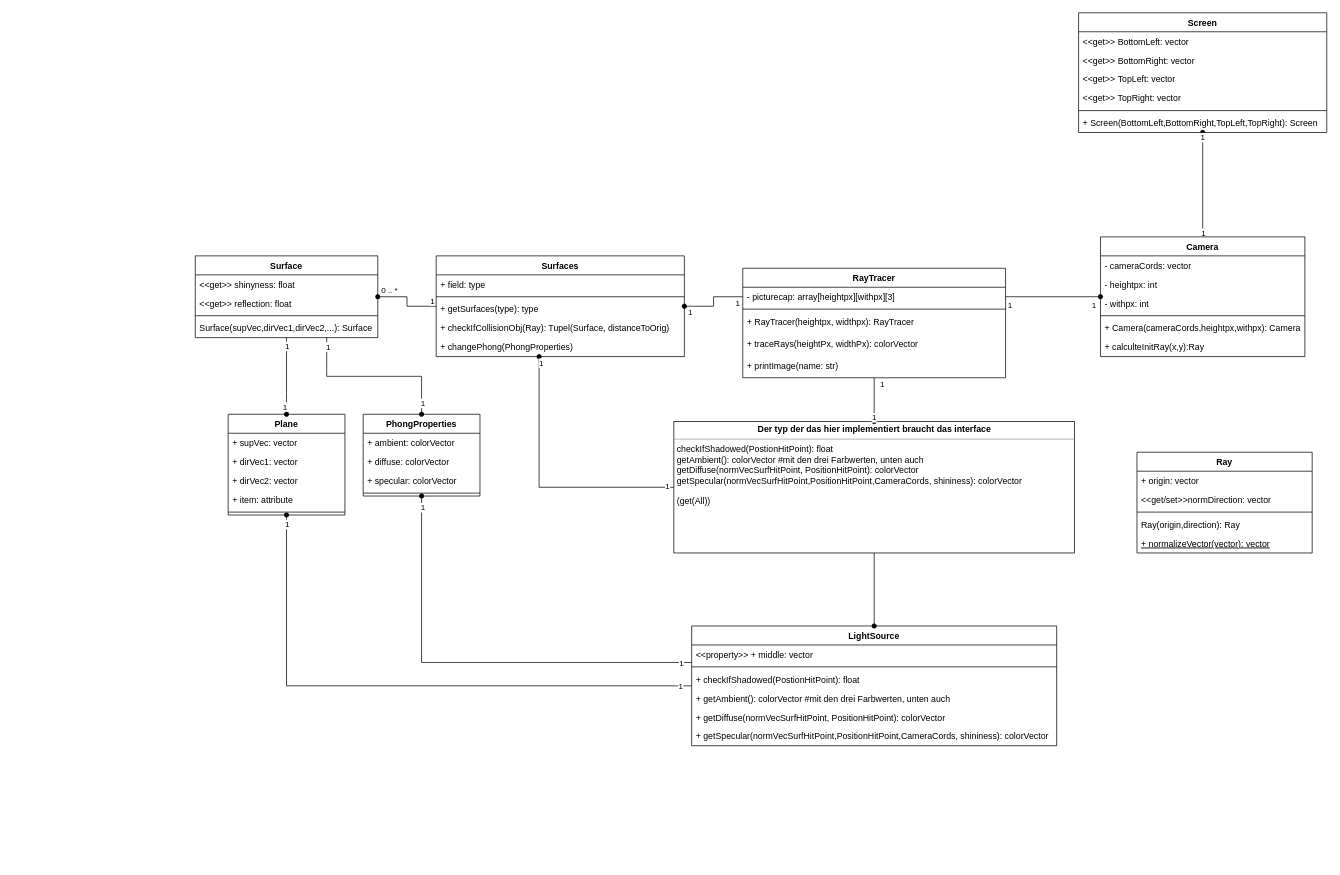
Before: rayclasses.drawio in FreshMax9000/RayTrace, a draw.io diagram. Source tidied: cells renumbered, new cells numbered last; positions are measured from the earlier drawing's top-left corner, leaving out a move shared by most shapes. Both pictures are drawn from the tidied source at 73%, with x=0, y=0 at pixel (195, 12).
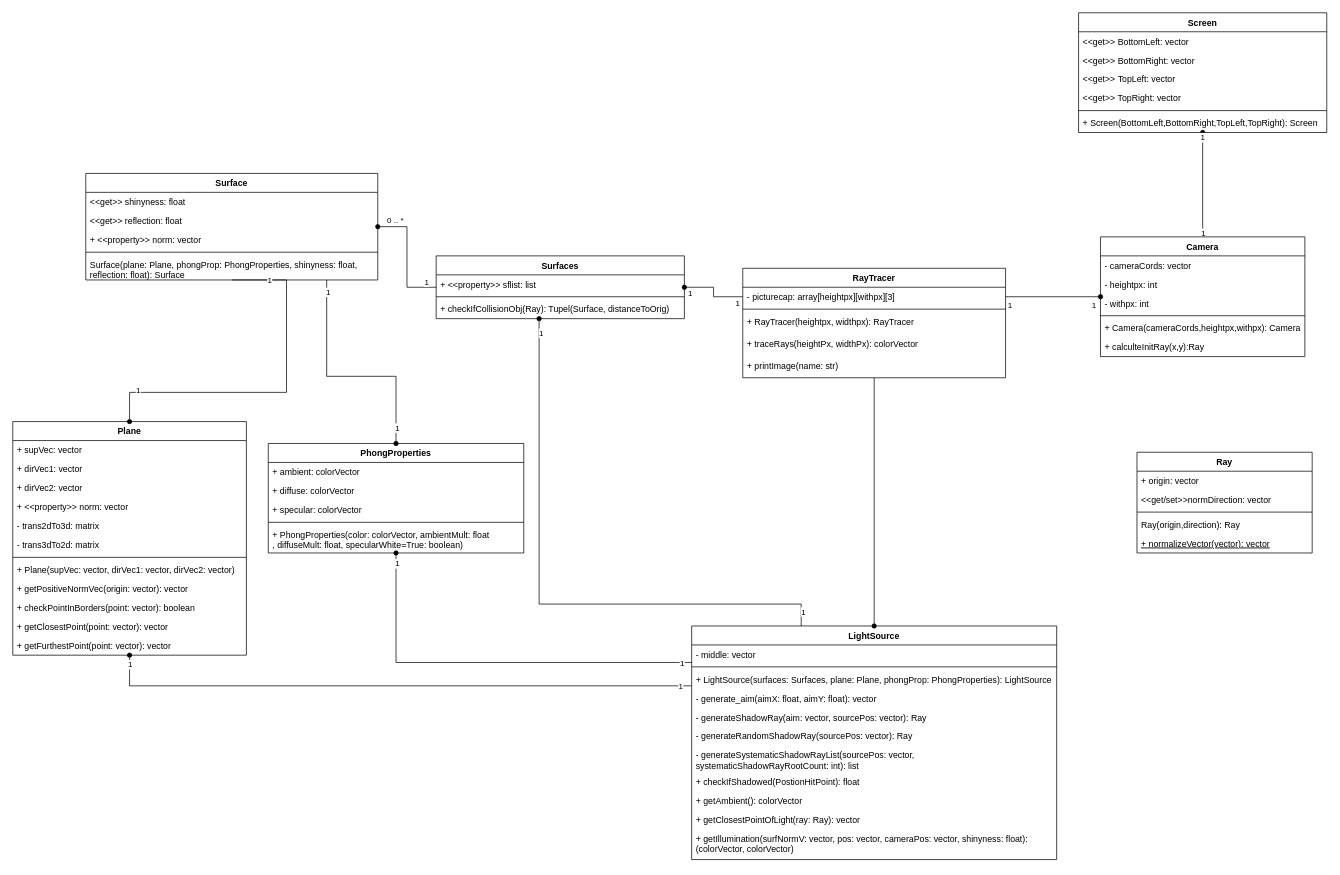
Above is the later version.

Commit message:
Started updating class diagram

Unchanged cells that the change refers to:
```xml
<mxCell id="23" value="RayTracer" style="swimlane;fontStyle=1;align=center;verticalAlign=top;horizontal=1;startSize=26;" parent="1" vertex="1">
  <mxGeometry x="750" y="350" width="360" height="150" as="geometry" />
</mxCell>
```

What changed in the source:
```diff
@@
     <mxCell id="5" value="Surface" style="swimlane;fontStyle=1;align=center;verticalAlign=top;horizontal=1;startSize=26;" parent="1" vertex="1">
-      <mxGeometry y="333" width="250" height="112" as="geometry" />
+      <mxGeometry x="-150" y="220" width="400" height="146" as="geometry" />
     </mxCell>
     <mxCell id="6" value="&lt;&lt;get&gt;&gt; shinyness: float" style="text;strokeColor=none;fillColor=none;align=left;verticalAlign=top;spacingLeft=4;spacingRight=4;overflow=hidden;" parent="5" vertex="1">
-      <mxGeometry y="26" width="250" height="26" as="geometry" />
+      <mxGeometry y="26" width="400" height="26" as="geometry" />
     </mxCell>
     <mxCell id="7" value="&lt;&lt;get&gt;&gt; reflection: float" style="text;strokeColor=none;fillColor=none;align=left;verticalAlign=top;spacingLeft=4;spacingRight=4;overflow=hidden;" parent="5" vertex="1">
-      <mxGeometry y="52" width="250" height="26" as="geometry" />
+      <mxGeometry y="52" width="400" height="26" as="geometry" />
     </mxCell>
+    <mxCell id="89" value="+ &lt;&lt;property&gt;&gt; norm: vector" style="text;strokeColor=none;fillColor=none;align=left;verticalAlign=top;spacingLeft=4;spacingRight=4;overflow=hidden;" parent="5" vertex="1">
+      <mxGeometry y="78" width="400" height="26" as="geometry" />
+    </mxCell>
     <mxCell id="8" style="line;strokeWidth=1;fillColor=none;align=left;verticalAlign=middle;spacingTop=-1;spacingLeft=3;spacingRight=3;labelPosition=right;" parent="5" vertex="1">
-      <mxGeometry y="78" width="250" height="8" as="geometry" />
+      <mxGeometry y="104" width="400" height="8" as="geometry" />
     </mxCell>
-    <mxCell id="9" value="Surface(supVec,dirVec1,dirVec2,...): Surface" style="text;strokeColor=none;fillColor=none;align=left;verticalAlign=top;spacingLeft=4;spacingRight=4;overflow=hidden;" parent="5" vertex="1">
-      <mxGeometry y="86" width="250" height="26" as="geometry" />
+    <mxCell id="9" value="Surface(plane: Plane, phongProp: PhongProperties, shinyness: float, &#10;reflection: float): Surface" style="text;strokeColor=none;fillColor=none;align=left;verticalAlign=top;spacingLeft=4;spacingRight=4;overflow=hidden;" parent="5" vertex="1">
+      <mxGeometry y="112" width="400" height="34" as="geometry" />
     </mxCell>
@@
-    <mxCell id="39" value="&lt;p style=&quot;margin: 0px ; margin-top: 4px ; text-align: center&quot;&gt;&lt;b&gt;Der typ der das hier implementiert braucht das interface&lt;/b&gt;&lt;/p&gt;&lt;hr size=&quot;1&quot;&gt;&lt;p style=&quot;margin: 0px ; margin-left: 4px&quot;&gt;checkIfShadowed(PostionHitPoint): float&lt;br&gt;&lt;/p&gt;&lt;p style=&quot;margin: 0px ; margin-left: 4px&quot;&gt;getAmbient(): colorVector #mit den drei Farbwerten, unten auch&lt;/p&gt;&lt;p style=&quot;margin: 0px ; margin-left: 4px&quot;&gt;getDiffuse(normVecSurfHitPoint, PositionHitPoint): colorVector&lt;/p&gt;&lt;p style=&quot;margin: 0px ; margin-left: 4px&quot;&gt;getSpecular(normVecSurfHitPoint,PositionHitPoint,CameraCords, shininess): colorVector&lt;/p&gt;&lt;p style=&quot;margin: 0px ; margin-left: 4px&quot;&gt;&lt;br&gt;&lt;/p&gt;&lt;p style=&quot;margin: 0px ; margin-left: 4px&quot;&gt;(get(All))&lt;br&gt;&lt;/p&gt;" style="verticalAlign=top;align=left;overflow=fill;fontSize=12;fontFamily=Helvetica;html=1;" parent="1" vertex="1">
-      <mxGeometry x="655.6" y="560" width="548.8" height="180" as="geometry" />
-    </mxCell>
     <mxCell id="40" value="Surfaces" style="swimlane;fontStyle=1;align=center;verticalAlign=top;horizontal=1;startSize=26;" parent="1" vertex="1">
-      <mxGeometry x="330" y="333" width="340" height="138" as="geometry" />
+      <mxGeometry x="330" y="333" width="340" height="86" as="geometry" />
     </mxCell>
-    <mxCell id="41" value="+ field: type" style="text;strokeColor=none;fillColor=none;align=left;verticalAlign=top;spacingLeft=4;spacingRight=4;overflow=hidden;" parent="40" vertex="1">
+    <mxCell id="41" value="+ &lt;&lt;property&gt;&gt; sflist: list" style="text;strokeColor=none;fillColor=none;align=left;verticalAlign=top;spacingLeft=4;spacingRight=4;overflow=hidden;" parent="40" vertex="1">
       <mxGeometry y="26" width="340" height="26" as="geometry" />
     </mxCell>
@@
-    <mxCell id="43" value="+ getSurfaces(type): type" style="text;strokeColor=none;fillColor=none;align=left;verticalAlign=top;spacingLeft=4;spacingRight=4;overflow=hidden;" parent="40" vertex="1">
-      <mxGeometry y="60" width="340" height="26" as="geometry" />
-    </mxCell>
     <mxCell id="44" value="+ checkIfCollisionObj(Ray): Tupel(Surface, distanceToOrig)" style="text;strokeColor=none;fillColor=none;align=left;verticalAlign=top;spacingLeft=4;spacingRight=4;overflow=hidden;" parent="40" vertex="1">
-      <mxGeometry y="86" width="340" height="26" as="geometry" />
+      <mxGeometry y="60" width="340" height="26" as="geometry" />
     </mxCell>
-    <mxCell id="45" value="+ changePhong(PhongProperties)" style="text;strokeColor=none;fillColor=none;align=left;verticalAlign=top;spacingLeft=4;spacingRight=4;overflow=hidden;" parent="40" vertex="1">
-      <mxGeometry y="112" width="340" height="26" as="geometry" />
-    </mxCell>
-    <mxCell id="46" style="edgeStyle=orthogonalEdgeStyle;rounded=0;jettySize=auto;html=1;startArrow=none;startFill=0;endArrow=oval;endFill=1;" parent="1" edge="1" source="39" target="40">
+    <mxCell id="46" style="edgeStyle=orthogonalEdgeStyle;rounded=0;jettySize=auto;html=1;startArrow=none;startFill=0;endArrow=oval;endFill=1;" parent="1" edge="1" source="70" target="40">
       <mxGeometry relative="1" as="geometry">
         <Array as="points">
-          <mxPoint x="471" y="650" />
+          <mxPoint x="830" y="810" />
+          <mxPoint x="471" y="810" />
         </Array>
       </mxGeometry>
     </mxCell>
@@
-    <mxCell id="55" style="edgeStyle=orthogonalEdgeStyle;rounded=0;jettySize=auto;html=1;exitX=0.5;exitY=0;exitDx=0;exitDy=0;endArrow=none;endFill=0;startArrow=oval;startFill=1;" parent="1" edge="1" source="39" target="23">
-      <mxGeometry relative="1" as="geometry" />
-    </mxCell>
-    <mxCell id="56" value="1" style="edgeLabel;html=1;align=center;verticalAlign=middle;" parent="55" vertex="1">
-      <mxGeometry x="0.74" relative="1" as="geometry">
-        <mxPoint x="10" as="offset" />
-      </mxGeometry>
-    </mxCell>
-    <mxCell id="57" value="1" style="edgeLabel;html=1;align=center;verticalAlign=middle;" parent="55" vertex="1">
-      <mxGeometry x="-0.8" y="1" relative="1" as="geometry" />
-    </mxCell>
     <mxCell id="58" style="edgeStyle=orthogonalEdgeStyle;rounded=0;jettySize=auto;html=1;exitX=0.5;exitY=1;exitDx=0;exitDy=0;startArrow=oval;startFill=1;endArrow=none;endFill=0;" parent="1" edge="1" source="61" target="70">
       <mxGeometry relative="1" as="geometry">
         <Array as="points">
-          <mxPoint x="125" y="922" />
+          <mxPoint x="-90" y="922" />
         </Array>
       </mxGeometry>
     </mxCell>
@@
     <mxCell id="61" value="Plane" style="swimlane;fontStyle=1;align=center;verticalAlign=top;horizontal=1;startSize=26;" parent="1" vertex="1">
-      <mxGeometry x="45" y="550" width="160" height="138" as="geometry" />
+      <mxGeometry x="-250" y="560" width="320" height="320" as="geometry" />
     </mxCell>
     <mxCell id="62" value="+ supVec: vector" style="text;strokeColor=none;fillColor=none;align=left;verticalAlign=top;spacingLeft=4;spacingRight=4;overflow=hidden;" parent="61" vertex="1">
-      <mxGeometry y="26" width="160" height="26" as="geometry" />
+      <mxGeometry y="26" width="320" height="26" as="geometry" />
     </mxCell>
     <mxCell id="63" value="+ dirVec1: vector" style="text;strokeColor=none;fillColor=none;align=left;verticalAlign=top;spacingLeft=4;spacingRight=4;overflow=hidden;" parent="61" vertex="1">
-      <mxGeometry y="52" width="160" height="26" as="geometry" />
+      <mxGeometry y="52" width="320" height="26" as="geometry" />
     </mxCell>
     <mxCell id="64" value="+ dirVec2: vector" style="text;strokeColor=none;fillColor=none;align=left;verticalAlign=top;spacingLeft=4;spacingRight=4;overflow=hidden;" parent="61" vertex="1">
-      <mxGeometry y="78" width="160" height="26" as="geometry" />
+      <mxGeometry y="78" width="320" height="26" as="geometry" />
     </mxCell>
-    <mxCell id="65" value="+ item: attribute" style="text;strokeColor=none;fillColor=none;align=left;verticalAlign=top;spacingLeft=4;spacingRight=4;overflow=hidden;" parent="61" vertex="1">
-      <mxGeometry y="104" width="160" height="26" as="geometry" />
-    </mxCell>
+    <mxCell id="90" value="+ &lt;&lt;property&gt;&gt; norm: vector" style="text;strokeColor=none;fillColor=none;align=left;verticalAlign=top;spacingLeft=4;spacingRight=4;overflow=hidden;" parent="61" vertex="1">
+      <mxGeometry y="104" width="320" height="26" as="geometry" />
+    </mxCell>
+    <mxCell id="91" value="- trans2dTo3d: matrix" style="text;strokeColor=none;fillColor=none;align=left;verticalAlign=top;spacingLeft=4;spacingRight=4;overflow=hidden;" parent="61" vertex="1">
+      <mxGeometry y="130" width="320" height="26" as="geometry" />
+    </mxCell>
+    <mxCell id="92" value="- trans3dTo2d: matrix" style="text;strokeColor=none;fillColor=none;align=left;verticalAlign=top;spacingLeft=4;spacingRight=4;overflow=hidden;" parent="61" vertex="1">
+      <mxGeometry y="156" width="320" height="26" as="geometry" />
+    </mxCell>
     <mxCell id="66" style="line;strokeWidth=1;fillColor=none;align=left;verticalAlign=middle;spacingTop=-1;spacingLeft=3;spacingRight=3;labelPosition=right;" parent="61" vertex="1">
-      <mxGeometry y="130" width="160" height="8" as="geometry" />
+      <mxGeometry y="182" width="320" height="8" as="geometry" />
     </mxCell>
+    <mxCell id="93" value="+ Plane(supVec: vector, dirVec1: vector, dirVec2: vector)" style="text;strokeColor=none;fillColor=none;align=left;verticalAlign=top;spacingLeft=4;spacingRight=4;overflow=hidden;" parent="61" vertex="1">
+      <mxGeometry y="190" width="320" height="26" as="geometry" />
+    </mxCell>
+    <mxCell id="94" value="+ getPositiveNormVec(origin: vector): vector" style="text;strokeColor=none;fillColor=none;align=left;verticalAlign=top;spacingLeft=4;spacingRight=4;overflow=hidden;" parent="61" vertex="1">
+      <mxGeometry y="216" width="320" height="26" as="geometry" />
+    </mxCell>
+    <mxCell id="95" value="+ checkPointInBorders(point: vector): boolean" style="text;strokeColor=none;fillColor=none;align=left;verticalAlign=top;spacingLeft=4;spacingRight=4;overflow=hidden;" parent="61" vertex="1">
+      <mxGeometry y="242" width="320" height="26" as="geometry" />
+    </mxCell>
+    <mxCell id="96" value="+ getClosestPoint(point: vector): vector" style="text;strokeColor=none;fillColor=none;align=left;verticalAlign=top;spacingLeft=4;spacingRight=4;overflow=hidden;" parent="61" vertex="1">
+      <mxGeometry y="268" width="320" height="26" as="geometry" />
+    </mxCell>
+    <mxCell id="97" value="+ getFurthestPoint(point: vector): vector" style="text;strokeColor=none;fillColor=none;align=left;verticalAlign=top;spacingLeft=4;spacingRight=4;overflow=hidden;" parent="61" vertex="1">
+      <mxGeometry y="294" width="320" height="26" as="geometry" />
+    </mxCell>
     <mxCell id="67" style="edgeStyle=orthogonalEdgeStyle;rounded=0;jettySize=auto;html=1;exitX=0.5;exitY=1;exitDx=0;exitDy=0;startArrow=none;startFill=0;endArrow=oval;endFill=1;entryX=0.5;entryY=0;entryDx=0;entryDy=0;" parent="1" edge="1" source="5" target="61">
       <mxGeometry relative="1" as="geometry">
         <Array as="points">
           <mxPoint x="125" y="520" />
-          <mxPoint x="125" y="520" />
+          <mxPoint x="-90" y="520" />
         </Array>
       </mxGeometry>
     </mxCell>
@@
     <mxCell id="70" value="LightSource" style="swimlane;fontStyle=1;align=center;verticalAlign=top;horizontal=1;startSize=26;" parent="1" vertex="1">
-      <mxGeometry x="680" y="840" width="500" height="164" as="geometry" />
+      <mxGeometry x="680" y="840" width="500" height="320" as="geometry" />
     </mxCell>
-    <mxCell id="71" value="&lt;&lt;property&gt;&gt; + middle: vector" style="text;strokeColor=none;fillColor=none;align=left;verticalAlign=top;spacingLeft=4;spacingRight=4;overflow=hidden;" parent="70" vertex="1">
-      <mxGeometry y="26" width="500" height="26" as="geometry" />
-    </mxCell>
+    <mxCell id="98" value="- middle: vector" style="text;strokeColor=none;fillColor=none;align=left;verticalAlign=top;spacingLeft=4;spacingRight=4;overflow=hidden;" parent="70" vertex="1">
+      <mxGeometry y="26" width="500" height="26" as="geometry" />
+    </mxCell>
@@
+    <mxCell id="99" value="+ LightSource(surfaces: Surfaces, plane: Plane, phongProp: PhongProperties): LightSource" style="text;strokeColor=none;fillColor=none;align=left;verticalAlign=top;spacingLeft=4;spacingRight=4;overflow=hidden;" parent="70" vertex="1">
+      <mxGeometry y="60" width="500" height="26" as="geometry" />
+    </mxCell>
+    <mxCell id="100" value="- generate_aim(aimX: float, aimY: float): vector" style="text;strokeColor=none;fillColor=none;align=left;verticalAlign=top;spacingLeft=4;spacingRight=4;overflow=hidden;" parent="70" vertex="1">
+      <mxGeometry y="86" width="500" height="26" as="geometry" />
+    </mxCell>
+    <mxCell id="101" value="- generateShadowRay(aim: vector, sourcePos: vector): Ray" style="text;strokeColor=none;fillColor=none;align=left;verticalAlign=top;spacingLeft=4;spacingRight=4;overflow=hidden;" parent="70" vertex="1">
+      <mxGeometry y="112" width="500" height="26" as="geometry" />
+    </mxCell>
+    <mxCell id="102" value="- generateRandomShadowRay(sourcePos: vector): Ray" style="text;strokeColor=none;fillColor=none;align=left;verticalAlign=top;spacingLeft=4;spacingRight=4;overflow=hidden;" parent="70" vertex="1">
+      <mxGeometry y="138" width="500" height="26" as="geometry" />
+    </mxCell>
+    <mxCell id="103" value="- generateSystematicShadowRayList(sourcePos: vector,&#10;systematicShadowRayRootCount: int): list&#10;" style="text;strokeColor=none;fillColor=none;align=left;verticalAlign=top;spacingLeft=4;spacingRight=4;overflow=hidden;" parent="70" vertex="1">
+      <mxGeometry y="164" width="500" height="36" as="geometry" />
+    </mxCell>
     <mxCell id="73" value="+ checkIfShadowed(PostionHitPoint): float" style="text;strokeColor=none;fillColor=none;align=left;verticalAlign=top;spacingLeft=4;spacingRight=4;overflow=hidden;" parent="70" vertex="1">
-      <mxGeometry y="60" width="500" height="26" as="geometry" />
+      <mxGeometry y="200" width="500" height="26" as="geometry" />
     </mxCell>
-    <mxCell id="74" value="+ getAmbient(): colorVector #mit den drei Farbwerten, unten auch" style="text;strokeColor=none;fillColor=none;align=left;verticalAlign=top;spacingLeft=4;spacingRight=4;overflow=hidden;" parent="70" vertex="1">
-      <mxGeometry y="86" width="500" height="26" as="geometry" />
-    </mxCell>
-    <mxCell id="75" value="+ getDiffuse(normVecSurfHitPoint, PositionHitPoint): colorVector" style="text;strokeColor=none;fillColor=none;align=left;verticalAlign=top;spacingLeft=4;spacingRight=4;overflow=hidden;" parent="70" vertex="1">
-      <mxGeometry y="112" width="500" height="26" as="geometry" />
-    </mxCell>
-    <mxCell id="76" value="+ getSpecular(normVecSurfHitPoint,PositionHitPoint,CameraCords, shininess): colorVector" style="text;strokeColor=none;fillColor=none;align=left;verticalAlign=top;spacingLeft=4;spacingRight=4;overflow=hidden;" parent="70" vertex="1">
-      <mxGeometry y="138" width="500" height="26" as="geometry" />
-    </mxCell>
+    <mxCell id="104" value="+ getAmbient(): colorVector" style="text;strokeColor=none;fillColor=none;align=left;verticalAlign=top;spacingLeft=4;spacingRight=4;overflow=hidden;" parent="70" vertex="1">
+      <mxGeometry y="226" width="500" height="26" as="geometry" />
+    </mxCell>
+    <mxCell id="105" value="+ getClosestPointOfLight(ray: Ray): vector" style="text;strokeColor=none;fillColor=none;align=left;verticalAlign=top;spacingLeft=4;spacingRight=4;overflow=hidden;" parent="70" vertex="1">
+      <mxGeometry y="252" width="500" height="26" as="geometry" />
+    </mxCell>
+    <mxCell id="106" value="+ getIllumination(surfNormV: vector, pos: vector, cameraPos: vector, shinyness: float):&#10;(colorVector, colorVector)&#10;" style="text;strokeColor=none;fillColor=none;align=left;verticalAlign=top;spacingLeft=4;spacingRight=4;overflow=hidden;" parent="70" vertex="1">
+      <mxGeometry y="278" width="500" height="42" as="geometry" />
+    </mxCell>
     <mxCell id="77" style="edgeStyle=orthogonalEdgeStyle;rounded=0;jettySize=auto;html=1;exitX=0.5;exitY=1;exitDx=0;exitDy=0;startArrow=oval;startFill=1;endArrow=none;endFill=0;" parent="1" edge="1" source="80" target="70">
       <mxGeometry relative="1" as="geometry">
         <Array as="points">
-          <mxPoint x="310" y="890" />
+          <mxPoint x="275" y="890" />
         </Array>
       </mxGeometry>
     </mxCell>
@@
     <mxCell id="80" value="PhongProperties" style="swimlane;fontStyle=1;align=center;verticalAlign=top;horizontal=1;startSize=26;" parent="1" vertex="1">
-      <mxGeometry x="230" y="550" width="160" height="112" as="geometry" />
+      <mxGeometry x="100" y="590" width="350" height="150" as="geometry" />
     </mxCell>
     <mxCell id="81" value="+ ambient: colorVector" style="text;strokeColor=none;fillColor=none;align=left;verticalAlign=top;spacingLeft=4;spacingRight=4;overflow=hidden;" parent="80" vertex="1">
-      <mxGeometry y="26" width="160" height="26" as="geometry" />
+      <mxGeometry y="26" width="350" height="26" as="geometry" />
     </mxCell>
     <mxCell id="82" value="+ diffuse: colorVector" style="text;strokeColor=none;fillColor=none;align=left;verticalAlign=top;spacingLeft=4;spacingRight=4;overflow=hidden;" parent="80" vertex="1">
-      <mxGeometry y="52" width="160" height="26" as="geometry" />
+      <mxGeometry y="52" width="350" height="26" as="geometry" />
     </mxCell>
     <mxCell id="83" value="+ specular: colorVector" style="text;strokeColor=none;fillColor=none;align=left;verticalAlign=top;spacingLeft=4;spacingRight=4;overflow=hidden;" parent="80" vertex="1">
-      <mxGeometry y="78" width="160" height="26" as="geometry" />
+      <mxGeometry y="78" width="350" height="26" as="geometry" />
     </mxCell>
     <mxCell id="84" style="line;strokeWidth=1;fillColor=none;align=left;verticalAlign=middle;spacingTop=-1;spacingLeft=3;spacingRight=3;labelPosition=right;" parent="80" vertex="1">
-      <mxGeometry y="104" width="160" height="8" as="geometry" />
+      <mxGeometry y="104" width="350" height="8" as="geometry" />
     </mxCell>
+    <mxCell id="107" value="+ PhongProperties(color: colorVector, ambientMult: float&#10;, diffuseMult: float, specularWhite=True: boolean)&#10;" style="text;strokeColor=none;fillColor=none;align=left;verticalAlign=top;spacingLeft=4;spacingRight=4;overflow=hidden;" parent="80" vertex="1">
+      <mxGeometry y="112" width="350" height="38" as="geometry" />
+    </mxCell>
     <mxCell id="85" style="edgeStyle=orthogonalEdgeStyle;rounded=0;jettySize=auto;html=1;exitX=0.5;exitY=0;exitDx=0;exitDy=0;startArrow=oval;startFill=1;endArrow=none;endFill=0;" parent="1" edge="1" source="80" target="5">
       <mxGeometry relative="1" as="geometry">
         <Array as="points">
-          <mxPoint x="310" y="498" />
+          <mxPoint x="275" y="498" />
           <mxPoint x="180" y="498" />
         </Array>
       </mxGeometry>
     </mxCell>
@@
-    <mxCell id="88" style="edgeStyle=orthogonalEdgeStyle;rounded=0;jettySize=auto;html=1;exitX=0.5;exitY=0;exitDx=0;exitDy=0;startArrow=oval;startFill=1;endArrow=none;endFill=0;" parent="1" edge="1" source="70" target="39">
+    <mxCell id="88" style="edgeStyle=orthogonalEdgeStyle;rounded=0;jettySize=auto;html=1;exitX=0.5;exitY=0;exitDx=0;exitDy=0;startArrow=oval;startFill=1;endArrow=none;endFill=0;" parent="1" edge="1" source="70" target="23">
       <mxGeometry relative="1" as="geometry" />
     </mxCell>
```
